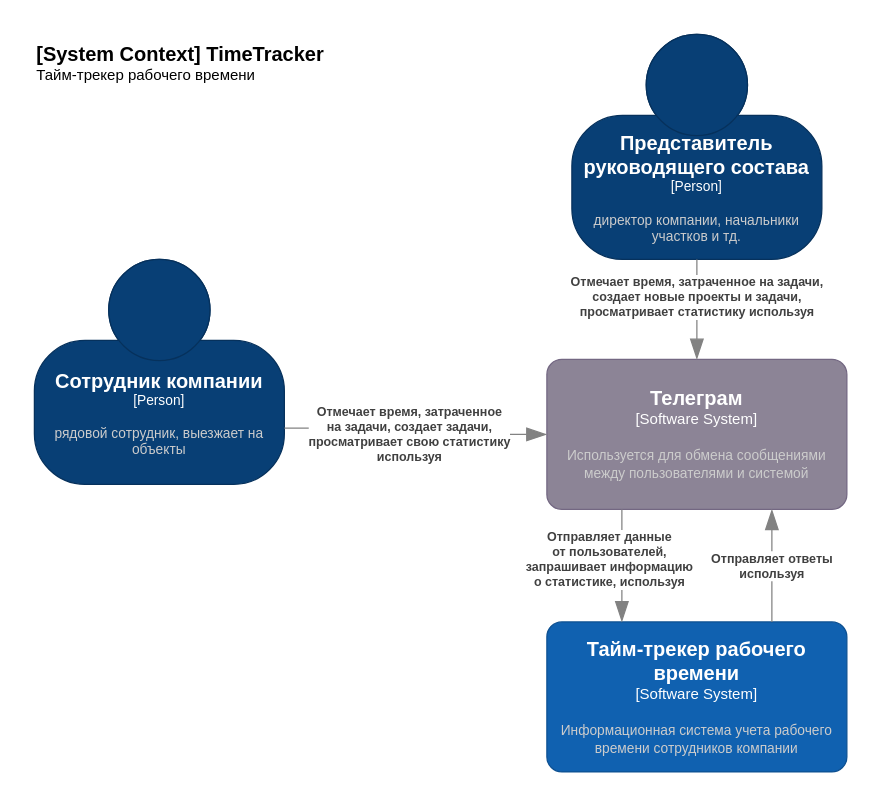
This is page "System Context diagram" (1 of 3) of Lab Work №2/src/Лабораторная №2.drawio from EkatherinaS/Software-Architecture, a draw.io file, before an edit. Source tidied: cells renumbered, new cells numbered last; positions are measured from the earlier drawing's top-left corner, leaving out a move shared by most shapes. Both pictures are drawn from the tidied source at 125%, with x=0, y=0 at pixel (21, 21).
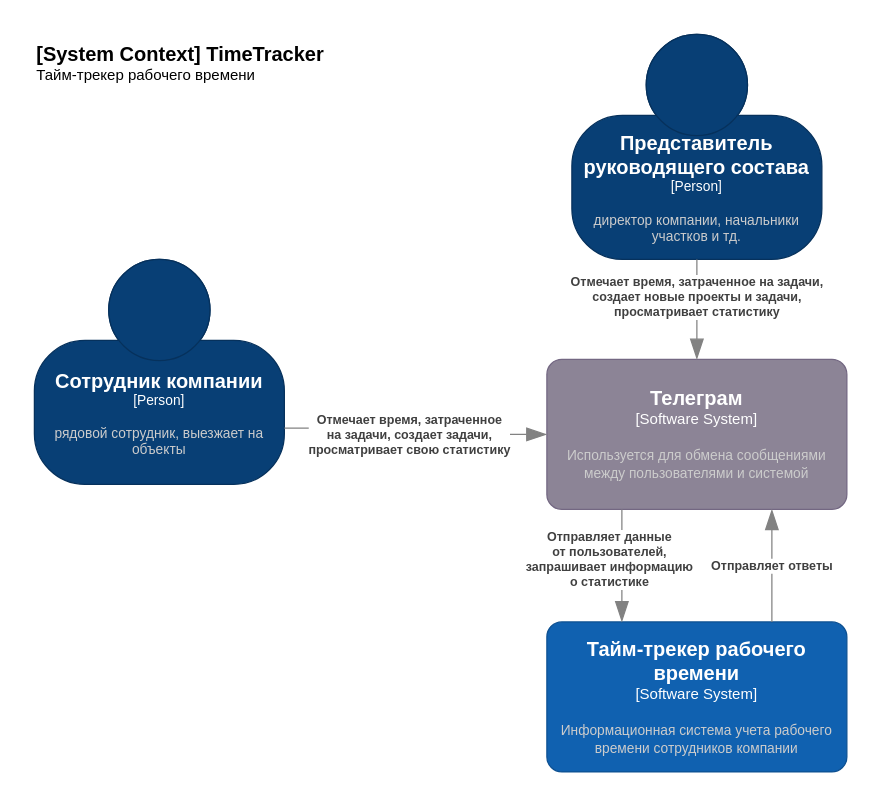
Above is the later version.

Diff of the diagram source:
```diff
@@
 <mxGraphModel>
   <root>
     <mxCell id="0" />
     <mxCell id="1" parent="0" />
     <mxCell id="2" style="rounded=0;whiteSpace=wrap;html=1;shadow=0;strokeColor=#FFFFFF;" parent="1" vertex="1">
       <mxGeometry width="670" height="610" as="geometry" />
     </mxCell>
     <object id="3" label="&lt;font style=&quot;font-size: 16px&quot;&gt;&lt;b&gt;%c4Name%&lt;/b&gt;&lt;/font&gt;&lt;div&gt;[%c4Type%]&lt;/div&gt;&lt;br&gt;&lt;div&gt;&lt;font style=&quot;font-size: 11px&quot;&gt;&lt;font color=&quot;#cccccc&quot;&gt;%c4Description%&lt;/font&gt;&lt;/div&gt;" c4Description="рядовой сотрудник, выезжает на объекты" c4Name="Сотрудник компании" c4Type="Person" placeholders="1">
       <mxCell style="html=1;fontSize=11;dashed=0;whiteSpace=wrap;fillColor=#083F75;strokeColor=#06315C;fontColor=#ffffff;shape=mxgraph.c4.person2;align=center;points=[[0.5,0,0],[1,0.5,0],[1,0.75,0],[0.75,1,0],[0.5,1,0],[0.25,1,0],[0,0.75,0],[0,0.5,0]];" parent="1" vertex="1">
         <mxGeometry x="10" y="190" width="200" height="180" as="geometry" />
       </mxCell>
     </object>
     <object id="4" label="&lt;font style=&quot;font-size: 16px&quot;&gt;&lt;b&gt;&lt;div style=&quot;text-align: left&quot;&gt;%c4Name%&lt;/div&gt;&lt;/b&gt;&lt;/font&gt;&lt;div style=&quot;text-align: left&quot;&gt;%c4Description%&lt;/div&gt;" c4Description="Тайм-трекер рабочего времени" c4Name="[System Context] TimeTracker" placeholders="1">
       <mxCell style="text;html=1;strokeColor=none;fillColor=none;align=left;verticalAlign=top;whiteSpace=wrap;rounded=0;" parent="1" vertex="1">
         <mxGeometry x="10" y="10" width="260" height="40" as="geometry" />
       </mxCell>
     </object>
     <object id="5" label="&lt;font style=&quot;font-size: 16px&quot;&gt;&lt;b&gt;%c4Name%&lt;/b&gt;&lt;/font&gt;&lt;div&gt;[%c4Type%]&lt;/div&gt;&lt;br&gt;&lt;div&gt;&lt;font style=&quot;font-size: 11px&quot;&gt;&lt;font color=&quot;#cccccc&quot;&gt;%c4Description%&lt;/font&gt;&lt;/div&gt;" c4Description="директор компании, начальники участков и тд." c4Name="Представитель руководящего состава" c4Type="Person" placeholders="1">
       <mxCell style="html=1;fontSize=11;dashed=0;whiteSpace=wrap;fillColor=#083F75;strokeColor=#06315C;fontColor=#ffffff;shape=mxgraph.c4.person2;align=center;points=[[0.5,0,0],[1,0.5,0],[1,0.75,0],[0.75,1,0],[0.5,1,0],[0.25,1,0],[0,0.75,0],[0,0.5,0]];" parent="1" vertex="1">
         <mxGeometry x="440" y="10" width="200" height="180" as="geometry" />
       </mxCell>
     </object>
     <object id="6" label="&lt;font style=&quot;font-size: 16px&quot;&gt;&lt;b&gt;%c4Name%&lt;/b&gt;&lt;/font&gt;&lt;div&gt;[%c4Type%]&lt;/div&gt;&lt;br&gt;&lt;div&gt;&lt;font style=&quot;font-size: 11px&quot;&gt;&lt;font color=&quot;#cccccc&quot;&gt;%c4Description%&lt;/font&gt;&lt;/div&gt;" c4Description="Информационная система учета рабочего времени сотрудников компании" c4Name="Тайм-трекер рабочего времени" c4Type="Software System" placeholders="1">
       <mxCell style="rounded=1;whiteSpace=wrap;html=1;labelBackgroundColor=none;fillColor=#1061B0;fontColor=#ffffff;align=center;arcSize=10;strokeColor=#0D5091;points=[[0.25,0,0],[0.5,0,0],[0.75,0,0],[1,0.25,0],[1,0.5,0],[1,0.75,0],[0.75,1,0],[0.5,1,0],[0.25,1,0],[0,0.75,0],[0,0.5,0],[0,0.25,0]];" parent="1" vertex="1">
         <mxGeometry x="420" y="480" width="240" height="120" as="geometry" />
       </mxCell>
     </object>
     <object id="7" label="&lt;font style=&quot;font-size: 16px&quot;&gt;&lt;b&gt;%c4Name%&lt;/b&gt;&lt;/font&gt;&lt;div&gt;[%c4Type%]&lt;/div&gt;&lt;br&gt;&lt;div&gt;&lt;font style=&quot;font-size: 11px&quot;&gt;&lt;font color=&quot;#cccccc&quot;&gt;%c4Description%&lt;/font&gt;&lt;/div&gt;" c4Description="Используется для обмена сообщениями между пользователями и системой" c4Name="Телеграм" c4Type="Software System" placeholders="1">
       <mxCell style="rounded=1;whiteSpace=wrap;html=1;labelBackgroundColor=none;fillColor=#8C8496;fontColor=#ffffff;align=center;arcSize=10;strokeColor=#736782;points=[[0.25,0,0],[0.5,0,0],[0.75,0,0],[1,0.25,0],[1,0.5,0],[1,0.75,0],[0.75,1,0],[0.5,1,0],[0.25,1,0],[0,0.75,0],[0,0.5,0],[0,0.25,0]];" parent="1" vertex="1">
         <mxGeometry x="420" y="270" width="240" height="120" as="geometry" />
       </mxCell>
     </object>
-    <object id="8" label="&lt;div style=&quot;text-align: left&quot;&gt;&lt;div style=&quot;text-align: center&quot;&gt;&lt;b&gt;%c4Description%&lt;/b&gt;&lt;/div&gt;" c4Description="Отмечает время, затраченное &#10;на задачи, создает задачи, &#10;просматривает свою статистику&#10;используя" placeholders="1">
+    <object id="8" label="&lt;div style=&quot;text-align: left&quot;&gt;&lt;div style=&quot;text-align: center&quot;&gt;&lt;b&gt;%c4Description%&lt;/b&gt;&lt;/div&gt;" c4Description="Отмечает время, затраченное &#10;на задачи, создает задачи, &#10;просматривает свою статистику" placeholders="1">
       <mxCell style="endArrow=blockThin;html=1;fontSize=10;fontColor=#404040;strokeWidth=1;endFill=1;strokeColor=#828282;elbow=vertical;endSize=14;startSize=14;jumpStyle=arc;jumpSize=16;rounded=0;edgeStyle=orthogonalEdgeStyle;exitX=1;exitY=0.75;exitDx=0;exitDy=0;exitPerimeter=0;entryX=0;entryY=0.5;entryDx=0;entryDy=0;entryPerimeter=0;" parent="1" edge="1" source="3" target="7">
         <mxGeometry x="0.02" y="-5" relative="1" as="geometry">
           <mxPoint x="-5" y="-5" as="offset" />
         </mxGeometry>
       </mxCell>
     </object>
-    <object id="9" label="&lt;div style=&quot;text-align: left&quot;&gt;&lt;div style=&quot;text-align: center&quot;&gt;&lt;b&gt;%c4Description%&lt;/b&gt;&lt;/div&gt;" c4Description="Отмечает время, затраченное на задачи,&#10;создает новые проекты и задачи, &#10;просматривает статистику используя" placeholders="1">
+    <object id="9" label="&lt;div style=&quot;text-align: left&quot;&gt;&lt;div style=&quot;text-align: center&quot;&gt;&lt;b&gt;%c4Description%&lt;/b&gt;&lt;/div&gt;" c4Description="Отмечает время, затраченное на задачи,&#10;создает новые проекты и задачи, &#10;просматривает статистику" placeholders="1">
       <mxCell style="endArrow=blockThin;html=1;fontSize=10;fontColor=#404040;strokeWidth=1;endFill=1;strokeColor=#828282;elbow=vertical;endSize=14;startSize=14;jumpStyle=arc;jumpSize=16;rounded=0;edgeStyle=orthogonalEdgeStyle;exitX=0.5;exitY=1;exitDx=0;exitDy=0;exitPerimeter=0;entryX=0.5;entryY=0;entryDx=0;entryDy=0;entryPerimeter=0;" parent="1" edge="1" source="5" target="7">
         <mxGeometry x="-0.25" relative="1" as="geometry" />
       </mxCell>
     </object>
-    <object id="10" label="&lt;div style=&quot;text-align: left&quot;&gt;&lt;div style=&quot;text-align: center&quot;&gt;&lt;b&gt;%c4Description%&lt;/b&gt;&lt;/div&gt;" c4Description="Отправляет ответы&#10;используя" placeholders="1">
+    <object id="10" label="&lt;div style=&quot;text-align: left&quot;&gt;&lt;div style=&quot;text-align: center&quot;&gt;&lt;b&gt;%c4Description%&lt;/b&gt;&lt;/div&gt;" c4Description="Отправляет ответы" placeholders="1">
       <mxCell style="endArrow=blockThin;html=1;fontSize=10;fontColor=#404040;strokeWidth=1;endFill=1;strokeColor=#828282;elbow=vertical;endSize=14;startSize=14;jumpStyle=arc;jumpSize=16;rounded=0;edgeStyle=orthogonalEdgeStyle;entryX=0.75;entryY=1;entryDx=0;entryDy=0;entryPerimeter=0;exitX=0.75;exitY=0;exitDx=0;exitDy=0;exitPerimeter=0;" parent="1" edge="1" source="6" target="7">
         <mxGeometry relative="1" as="geometry" />
       </mxCell>
     </object>
-    <object id="11" label="&lt;div style=&quot;text-align: left&quot;&gt;&lt;div style=&quot;text-align: center&quot;&gt;&lt;b&gt;%c4Description%&lt;/b&gt;&lt;/div&gt;" c4Description="Отправляет данные &#10;от пользователей,&#10;запрашивает информацию &#10;о статистике, используя" placeholders="1">
+    <object id="11" label="&lt;div style=&quot;text-align: left&quot;&gt;&lt;div style=&quot;text-align: center&quot;&gt;&lt;b&gt;%c4Description%&lt;/b&gt;&lt;/div&gt;" c4Description="Отправляет данные &#10;от пользователей,&#10;запрашивает информацию &#10;о статистике" placeholders="1">
       <mxCell style="endArrow=blockThin;html=1;fontSize=10;fontColor=#404040;strokeWidth=1;endFill=1;strokeColor=#828282;elbow=vertical;endSize=14;startSize=14;jumpStyle=arc;jumpSize=16;rounded=0;edgeStyle=orthogonalEdgeStyle;exitX=0.25;exitY=1;exitDx=0;exitDy=0;exitPerimeter=0;entryX=0.25;entryY=0;entryDx=0;entryDy=0;entryPerimeter=0;" parent="1" edge="1" source="7" target="6">
         <mxGeometry x="-0.11" y="-10" relative="1" as="geometry" />
       </mxCell>
     </object>
   </root>
 </mxGraphModel>
```
